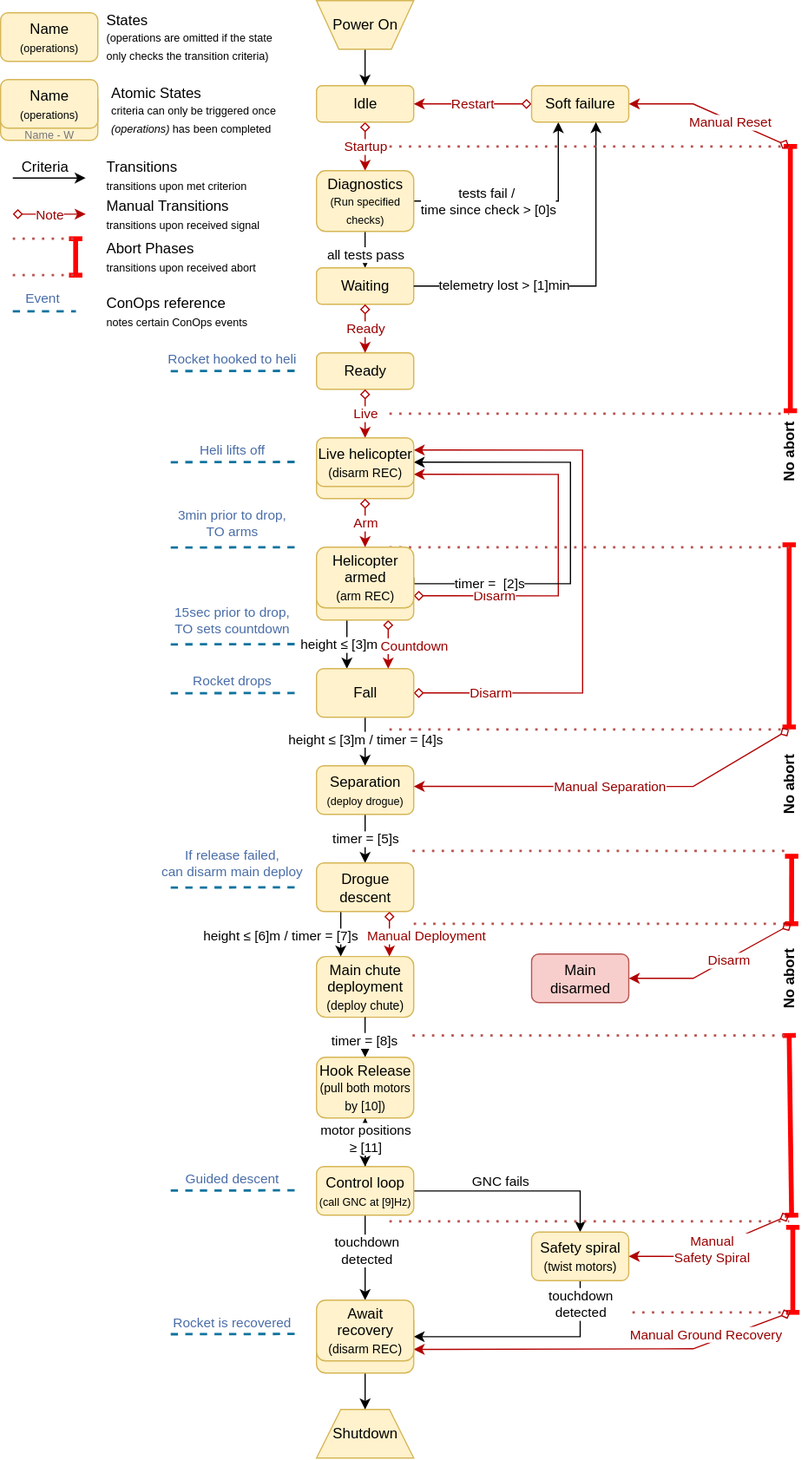
The draw.io diagram state-machines/separation-drop-test-state-machine.drawio.svg in aris-space/asteria-remote-computers, before a commit. Source tidied: cells renumbered, new cells last; positions are measured from the earlier drawing's top-left corner, leaving out a move shared by most shapes.
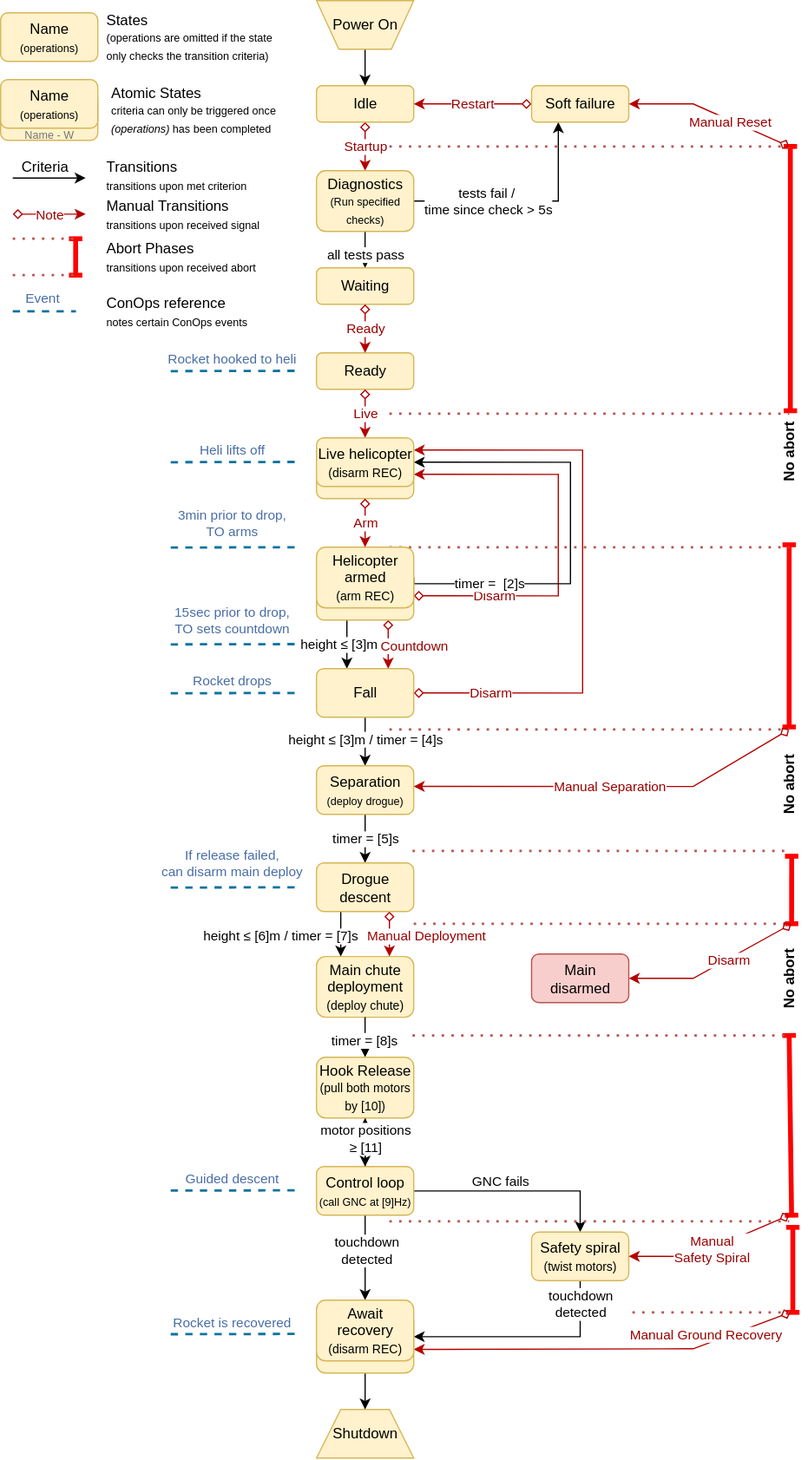
The same file after the commit.

Commit message:
Remove the threshold condition for the Diagnostics state

The edit, as a diff of the source:
```diff
@@ -30,7 +30,7 @@
         </Array>
       </mxGeometry>
     </mxCell>
-    <mxCell id="10" value="tests fail /&amp;nbsp;&lt;div&gt;time since check &amp;gt; [0]s&lt;/div&gt;" style="edgeLabel;html=1;align=center;verticalAlign=middle;" parent="9" vertex="1">
+    <mxCell id="10" value="tests fail /&amp;nbsp;&lt;div&gt;time since check &amp;gt; 5s&lt;/div&gt;" style="edgeLabel;html=1;align=center;verticalAlign=middle;" parent="9" vertex="1">
       <mxGeometry x="-0.42" y="2" relative="1" as="geometry">
         <mxPoint x="7" y="2" as="offset" />
       </mxGeometry>
@@ -74,18 +74,6 @@
         </Array>
       </mxGeometry>
     </mxCell>
-    <mxCell id="18" style="edgeStyle=orthogonalEdgeStyle;rounded=0;jettySize=auto;html=1;exitX=1;exitY=0.5;exitDx=0;exitDy=0;" parent="1" edge="1" source="12" target="14">
-      <mxGeometry relative="1" as="geometry">
-        <Array as="points">
-          <mxPoint x="490" y="235" />
-        </Array>
-      </mxGeometry>
-    </mxCell>
-    <mxCell id="19" value="telemetry lost &amp;gt; [1]min" style="edgeLabel;html=1;align=center;verticalAlign=middle;" parent="18" vertex="1">
-      <mxGeometry x="-0.25" relative="1" as="geometry">
-        <mxPoint x="-33" y="-1" as="offset" />
-      </mxGeometry>
-    </mxCell>
     <mxCell id="20" style="edgeStyle=orthogonalEdgeStyle;rounded=0;jettySize=auto;html=1;entryX=0.5;entryY=0;entryDx=0;entryDy=0;" parent="1" edge="1" source="22" target="67">
       <mxGeometry relative="1" as="geometry" />
     </mxCell>
```
